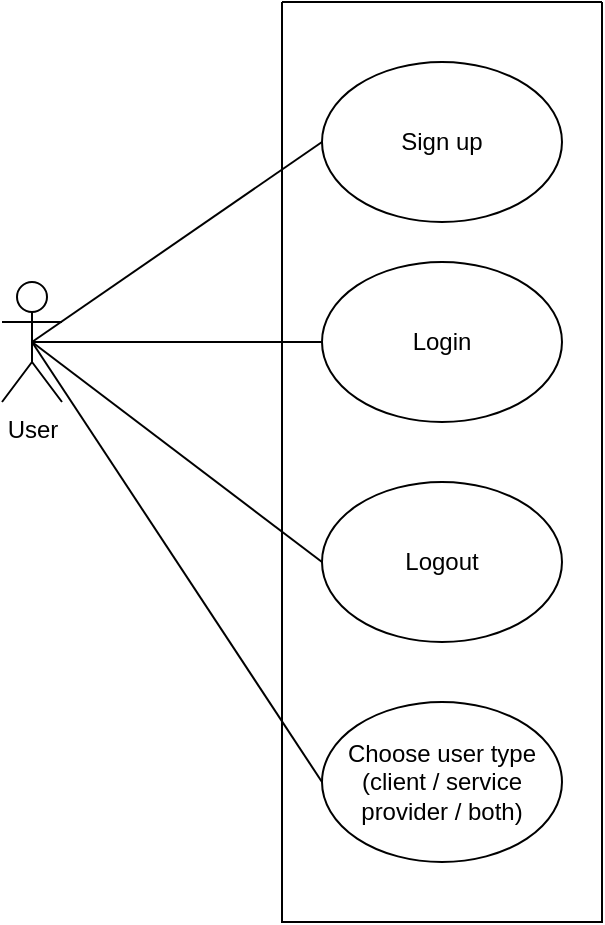
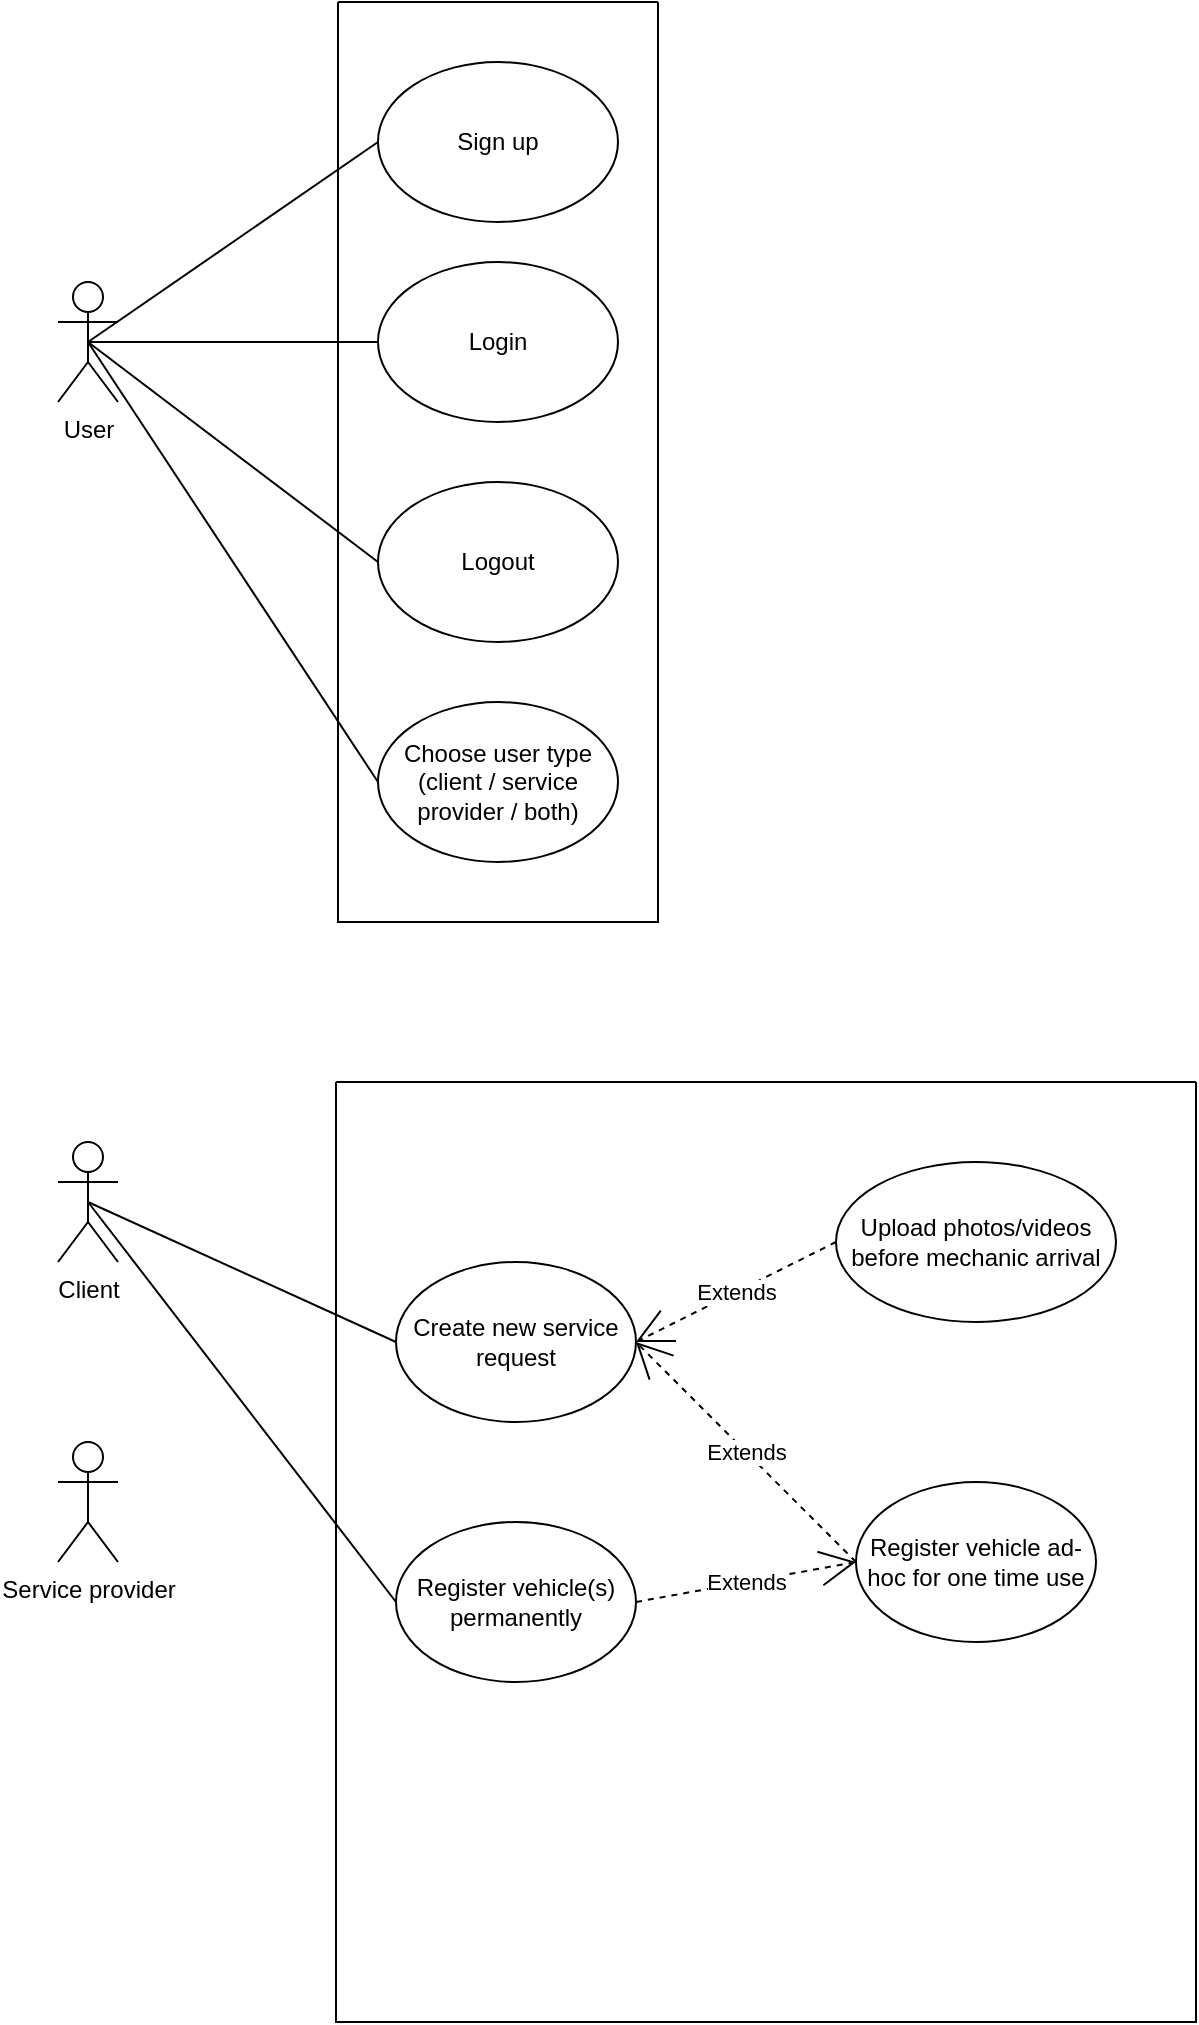
<mxfile host="app.diagrams.net">
  <diagram name="Σελίδα-1" id="PqoCzQN4g81kyOzRzPlx">
-     <mxGraphModel dx="1006" dy="659" grid="1" gridSize="10" guides="1" tooltips="1" connect="1" arrows="1" fold="1" page="1" pageScale="1" pageWidth="827" pageHeight="1169" math="0" shadow="0">
+     <mxGraphModel dx="759" dy="733" grid="1" gridSize="10" guides="1" tooltips="1" connect="1" arrows="1" fold="1" page="1" pageScale="1" pageWidth="827" pageHeight="1169" math="0" shadow="0">
      <root>
        <mxCell id="0" />
        <mxCell id="1" parent="0" />
        <mxCell id="ulJ6HTU8US0oitHSjCfQ-2" parent="1" style="swimlane;startSize=0;" value="" vertex="1">
          <mxGeometry height="460" width="160" x="200" y="60" as="geometry" />
        </mxCell>
        <mxCell id="ulJ6HTU8US0oitHSjCfQ-5" parent="ulJ6HTU8US0oitHSjCfQ-2" style="ellipse;whiteSpace=wrap;html=1;" value="Login" vertex="1">
          <mxGeometry height="80" width="120" x="20" y="130" as="geometry" />
        </mxCell>
        <mxCell id="ulJ6HTU8US0oitHSjCfQ-6" parent="ulJ6HTU8US0oitHSjCfQ-2" style="ellipse;whiteSpace=wrap;html=1;" value="Logout" vertex="1">
          <mxGeometry height="80" width="120" x="20" y="240" as="geometry" />
        </mxCell>
        <mxCell id="ulJ6HTU8US0oitHSjCfQ-7" parent="ulJ6HTU8US0oitHSjCfQ-2" style="ellipse;whiteSpace=wrap;html=1;" value="Sign up" vertex="1">
          <mxGeometry height="80" width="120" x="20" y="30" as="geometry" />
        </mxCell>
        <mxCell id="ulJ6HTU8US0oitHSjCfQ-8" parent="ulJ6HTU8US0oitHSjCfQ-2" style="ellipse;whiteSpace=wrap;html=1;" value="Choose user type (client / service provider / both)" vertex="1">
          <mxGeometry height="80" width="120" x="20" y="350" as="geometry" />
        </mxCell>
        <mxCell id="ulJ6HTU8US0oitHSjCfQ-3" parent="1" style="shape=umlActor;verticalLabelPosition=bottom;verticalAlign=top;html=1;outlineConnect=0;" value="User" vertex="1">
          <mxGeometry height="60" width="30" x="60" y="200" as="geometry" />
        </mxCell>
        <mxCell id="ulJ6HTU8US0oitHSjCfQ-9" edge="1" parent="1" source="ulJ6HTU8US0oitHSjCfQ-3" style="endArrow=none;html=1;rounded=0;exitX=0.5;exitY=0.5;exitDx=0;exitDy=0;exitPerimeter=0;entryX=0;entryY=0.5;entryDx=0;entryDy=0;" target="ulJ6HTU8US0oitHSjCfQ-7" value="">
          <mxGeometry height="50" relative="1" width="50" as="geometry">
            <mxPoint x="390" y="350" as="sourcePoint" />
            <mxPoint x="440" y="300" as="targetPoint" />
          </mxGeometry>
        </mxCell>
        <mxCell id="ulJ6HTU8US0oitHSjCfQ-13" edge="1" parent="1" source="ulJ6HTU8US0oitHSjCfQ-3" style="endArrow=none;html=1;rounded=0;entryX=0;entryY=0.5;entryDx=0;entryDy=0;exitX=0.5;exitY=0.5;exitDx=0;exitDy=0;exitPerimeter=0;" target="ulJ6HTU8US0oitHSjCfQ-8" value="">
          <mxGeometry height="50" relative="1" width="50" as="geometry">
            <mxPoint x="390" y="350" as="sourcePoint" />
            <mxPoint x="440" y="300" as="targetPoint" />
          </mxGeometry>
        </mxCell>
        <mxCell id="ulJ6HTU8US0oitHSjCfQ-14" edge="1" parent="1" source="ulJ6HTU8US0oitHSjCfQ-3" style="endArrow=none;html=1;rounded=0;exitX=0.5;exitY=0.5;exitDx=0;exitDy=0;exitPerimeter=0;entryX=0;entryY=0.5;entryDx=0;entryDy=0;" target="ulJ6HTU8US0oitHSjCfQ-5" value="">
          <mxGeometry height="50" relative="1" width="50" as="geometry">
            <mxPoint x="389" y="380" as="sourcePoint" />
            <mxPoint x="439" y="330" as="targetPoint" />
          </mxGeometry>
        </mxCell>
        <mxCell id="ulJ6HTU8US0oitHSjCfQ-15" edge="1" parent="1" source="ulJ6HTU8US0oitHSjCfQ-3" style="endArrow=none;html=1;rounded=0;exitX=0.5;exitY=0.5;exitDx=0;exitDy=0;exitPerimeter=0;entryX=0;entryY=0.5;entryDx=0;entryDy=0;" target="ulJ6HTU8US0oitHSjCfQ-6" value="">
          <mxGeometry height="50" relative="1" width="50" as="geometry">
            <mxPoint x="460" y="390" as="sourcePoint" />
            <mxPoint x="510" y="340" as="targetPoint" />
          </mxGeometry>
        </mxCell>
+         <mxCell id="gswWaYmBkpe0GNnrphti-2" parent="1" style="swimlane;startSize=0;" value="" vertex="1">
+           <mxGeometry height="470" width="430" x="199" y="600" as="geometry" />
+         </mxCell>
+         <mxCell id="gswWaYmBkpe0GNnrphti-4" parent="gswWaYmBkpe0GNnrphti-2" style="ellipse;whiteSpace=wrap;html=1;" value="Create new service request" vertex="1">
+           <mxGeometry height="80" width="120" x="30" y="90" as="geometry" />
+         </mxCell>
+         <mxCell id="gswWaYmBkpe0GNnrphti-6" parent="gswWaYmBkpe0GNnrphti-2" style="ellipse;whiteSpace=wrap;html=1;" value="Register vehicle(s)&lt;br&gt;permanently" vertex="1">
+           <mxGeometry height="80" width="120" x="30" y="220" as="geometry" />
+         </mxCell>
+         <mxCell id="gswWaYmBkpe0GNnrphti-7" parent="gswWaYmBkpe0GNnrphti-2" style="ellipse;whiteSpace=wrap;html=1;" value="Register vehicle ad-hoc for one time use" vertex="1">
+           <mxGeometry height="80" width="120" x="260" y="200" as="geometry" />
+         </mxCell>
+         <mxCell id="gswWaYmBkpe0GNnrphti-8" parent="gswWaYmBkpe0GNnrphti-2" style="ellipse;whiteSpace=wrap;html=1;" value="&lt;div&gt;Upload photos/videos before mechanic arrival&lt;/div&gt;" vertex="1">
+           <mxGeometry height="80" width="140" x="250" y="40" as="geometry" />
+         </mxCell>
+         <mxCell id="gswWaYmBkpe0GNnrphti-10" edge="1" parent="gswWaYmBkpe0GNnrphti-2" source="gswWaYmBkpe0GNnrphti-8" style="endArrow=open;endSize=16;endFill=0;html=1;rounded=0;entryX=1;entryY=0.5;entryDx=0;entryDy=0;exitX=0;exitY=0.5;exitDx=0;exitDy=0;dashed=1;" target="gswWaYmBkpe0GNnrphti-4" value="Extends">
+           <mxGeometry relative="1" width="160" as="geometry">
+             <Array as="points" />
+             <mxPoint x="161" y="80" as="sourcePoint" />
+             <mxPoint x="251.0000000000016" y="80" as="targetPoint" />
+           </mxGeometry>
+         </mxCell>
+         <mxCell id="gswWaYmBkpe0GNnrphti-18" edge="1" parent="gswWaYmBkpe0GNnrphti-2" source="gswWaYmBkpe0GNnrphti-7" style="endArrow=open;endSize=16;endFill=0;html=1;rounded=0;entryX=1;entryY=0.5;entryDx=0;entryDy=0;exitX=0;exitY=0.5;exitDx=0;exitDy=0;dashed=1;" target="gswWaYmBkpe0GNnrphti-4" value="Extends">
+           <mxGeometry relative="1" width="160" as="geometry">
+             <mxPoint x="121" y="240" as="sourcePoint" />
+             <mxPoint x="281" y="240" as="targetPoint" />
+           </mxGeometry>
+         </mxCell>
+         <mxCell id="gswWaYmBkpe0GNnrphti-19" edge="1" parent="gswWaYmBkpe0GNnrphti-2" source="gswWaYmBkpe0GNnrphti-6" style="endArrow=open;endSize=16;endFill=0;html=1;rounded=0;entryX=0;entryY=0.5;entryDx=0;entryDy=0;exitX=1;exitY=0.5;exitDx=0;exitDy=0;dashed=1;" target="gswWaYmBkpe0GNnrphti-7" value="Extends">
+           <mxGeometry relative="1" width="160" as="geometry">
+             <mxPoint x="321" y="370" as="sourcePoint" />
+             <mxPoint x="211" y="260" as="targetPoint" />
+           </mxGeometry>
+         </mxCell>
+         <mxCell id="gswWaYmBkpe0GNnrphti-3" parent="1" style="shape=umlActor;verticalLabelPosition=bottom;verticalAlign=top;html=1;outlineConnect=0;" value="Client" vertex="1">
+           <mxGeometry height="60" width="30" x="60" y="630" as="geometry" />
+         </mxCell>
+         <mxCell id="gswWaYmBkpe0GNnrphti-5" parent="1" style="shape=umlActor;verticalLabelPosition=bottom;verticalAlign=top;html=1;outlineConnect=0;" value="Service provider" vertex="1">
+           <mxGeometry height="60" width="30" x="60" y="780" as="geometry" />
+         </mxCell>
+         <mxCell id="gswWaYmBkpe0GNnrphti-21" edge="1" parent="1" source="gswWaYmBkpe0GNnrphti-3" style="endArrow=none;html=1;rounded=0;exitX=0.5;exitY=0.5;exitDx=0;exitDy=0;exitPerimeter=0;entryX=0;entryY=0.5;entryDx=0;entryDy=0;" target="gswWaYmBkpe0GNnrphti-4" value="">
+           <mxGeometry height="50" relative="1" width="50" as="geometry">
+             <mxPoint x="380" y="550" as="sourcePoint" />
+             <mxPoint x="430" y="500" as="targetPoint" />
+           </mxGeometry>
+         </mxCell>
+         <mxCell id="gswWaYmBkpe0GNnrphti-22" edge="1" parent="1" source="gswWaYmBkpe0GNnrphti-3" style="endArrow=none;html=1;rounded=0;exitX=0.5;exitY=0.5;exitDx=0;exitDy=0;exitPerimeter=0;entryX=0;entryY=0.5;entryDx=0;entryDy=0;" target="gswWaYmBkpe0GNnrphti-6" value="">
+           <mxGeometry height="50" relative="1" width="50" as="geometry">
+             <mxPoint x="380" y="650" as="sourcePoint" />
+             <mxPoint x="430" y="600" as="targetPoint" />
+           </mxGeometry>
+         </mxCell>
      </root>
    </mxGraphModel>
  </diagram>
</mxfile>
